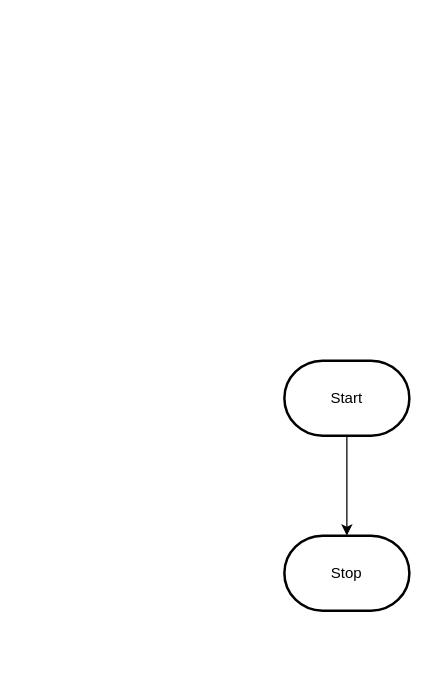
Before: design/flowchart.drawio in MTHS-ICD2O-1-2023/ICD2O-Unit-3-03-manya-feng, a draw.io diagram. Source tidied: cells renumbered, new cells numbered last; positions are measured from the earlier drawing's top-left corner, leaving out a move shared by most shapes. Both pictures are drawn from the tidied source at 125%, with x=0, y=0 at pixel (284, 360).
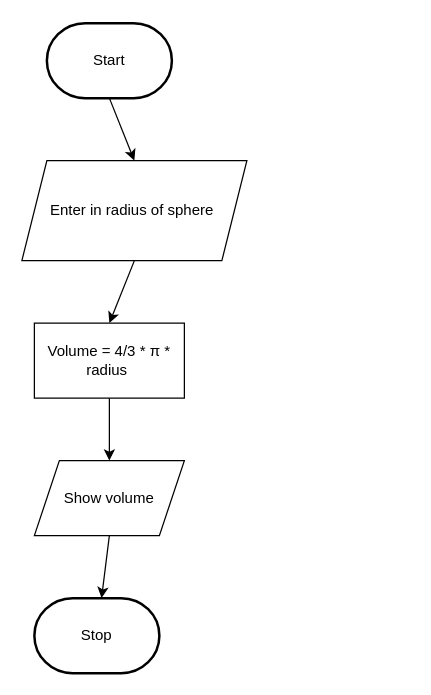
The same page after the edit.

What changed in the source:
```diff
@@
 <mxGraphModel>
   <root>
     <mxCell id="0" />
     <mxCell id="1" parent="0" />
-    <mxCell id="2" style="edgeStyle=orthogonalEdgeStyle;html=1;rounded=0;" parent="1" edge="1" source="3" target="4">
-      <mxGeometry relative="1" as="geometry" />
-    </mxCell>
+    <mxCell id="5" style="edgeStyle=none;html=1;exitX=0.5;exitY=1;exitDx=0;exitDy=0;exitPerimeter=0;entryX=0.5;entryY=0;entryDx=0;entryDy=0;" parent="1" edge="1" source="3" target="2">
+      <mxGeometry relative="1" as="geometry" />
+    </mxCell>
     <mxCell id="3" value="Start" style="strokeWidth=2;html=1;shape=mxgraph.flowchart.terminator;whiteSpace=wrap;" parent="1" vertex="1">
-      <mxGeometry width="100" height="60" as="geometry" />
+      <mxGeometry x="-190" y="-270" width="100" height="60" as="geometry" />
     </mxCell>
     <mxCell id="4" value="Stop" style="strokeWidth=2;html=1;shape=mxgraph.flowchart.terminator;whiteSpace=wrap;" parent="1" vertex="1">
-      <mxGeometry y="140" width="100" height="60" as="geometry" />
+      <mxGeometry x="-200" y="190" width="100" height="60" as="geometry" />
     </mxCell>
+    <mxCell id="6" style="edgeStyle=none;html=1;exitX=0.5;exitY=1;exitDx=0;exitDy=0;entryX=0.5;entryY=0;entryDx=0;entryDy=0;" parent="1" edge="1" source="2" target="8">
+      <mxGeometry relative="1" as="geometry" />
+    </mxCell>
+    <mxCell id="2" value="Enter in radius of sphere&amp;nbsp;" style="shape=parallelogram;perimeter=parallelogramPerimeter;whiteSpace=wrap;html=1;fixedSize=1;" parent="1" vertex="1">
+      <mxGeometry x="-210" y="-160" width="180" height="80" as="geometry" />
+    </mxCell>
+    <mxCell id="7" style="edgeStyle=none;html=1;exitX=0.5;exitY=1;exitDx=0;exitDy=0;" parent="1" edge="1" source="8" target="10">
+      <mxGeometry relative="1" as="geometry" />
+    </mxCell>
+    <mxCell id="8" value="Volume = 4/3 * π * radius&amp;nbsp;" style="rounded=0;whiteSpace=wrap;html=1;" parent="1" vertex="1">
+      <mxGeometry x="-200" y="-30" width="120" height="60" as="geometry" />
+    </mxCell>
+    <mxCell id="9" style="edgeStyle=none;html=1;exitX=0.5;exitY=1;exitDx=0;exitDy=0;" parent="1" edge="1" source="10" target="4">
+      <mxGeometry relative="1" as="geometry" />
+    </mxCell>
+    <mxCell id="10" value="Show volume" style="shape=parallelogram;perimeter=parallelogramPerimeter;whiteSpace=wrap;html=1;fixedSize=1;" parent="1" vertex="1">
+      <mxGeometry x="-200" y="80" width="120" height="60" as="geometry" />
+    </mxCell>
   </root>
 </mxGraphModel>
```
